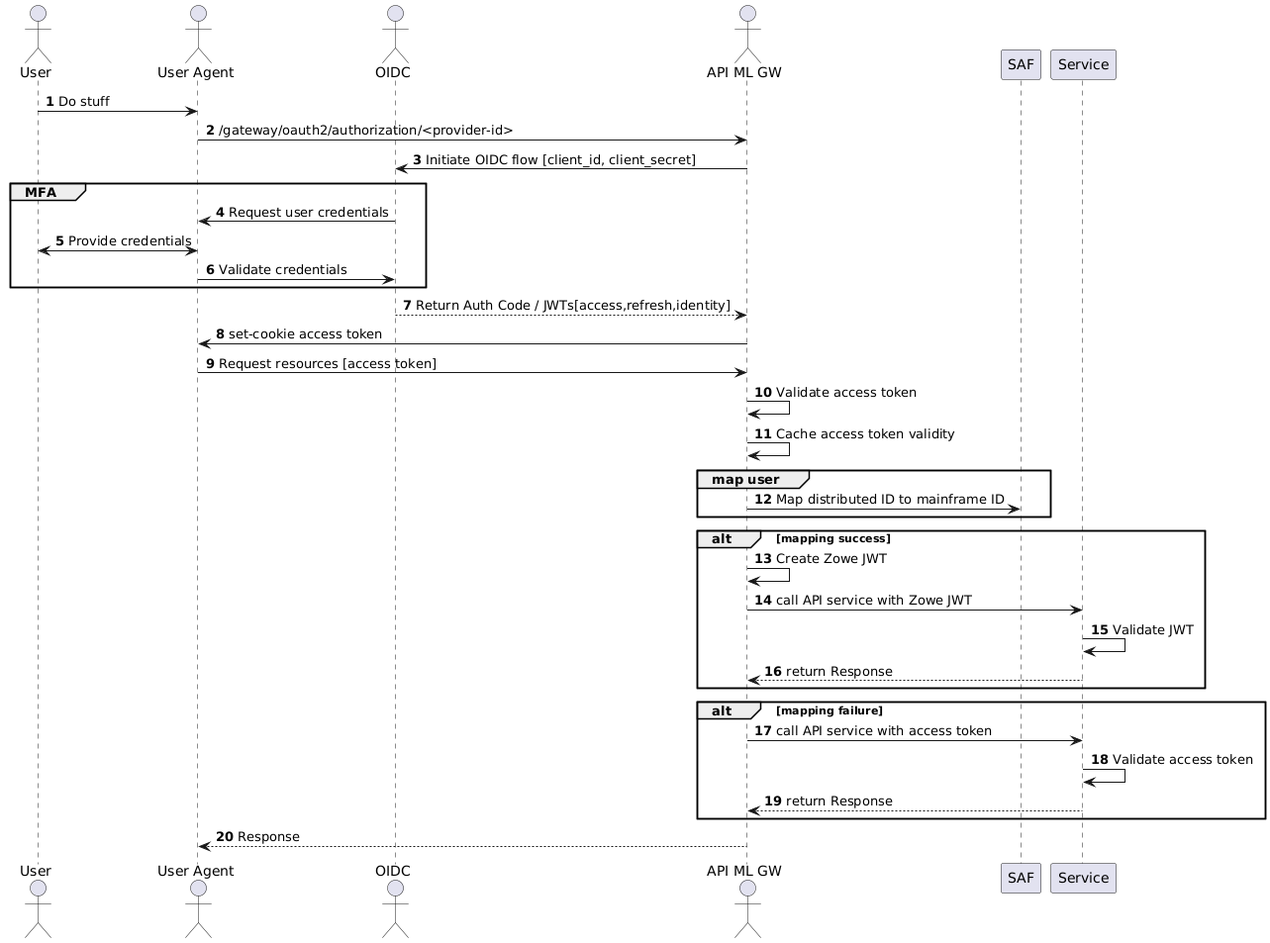
Earlier version of the PlantUML export docs/images/api-mediation/apiml-oidc-auth-seq.png (zowe/docs-site).
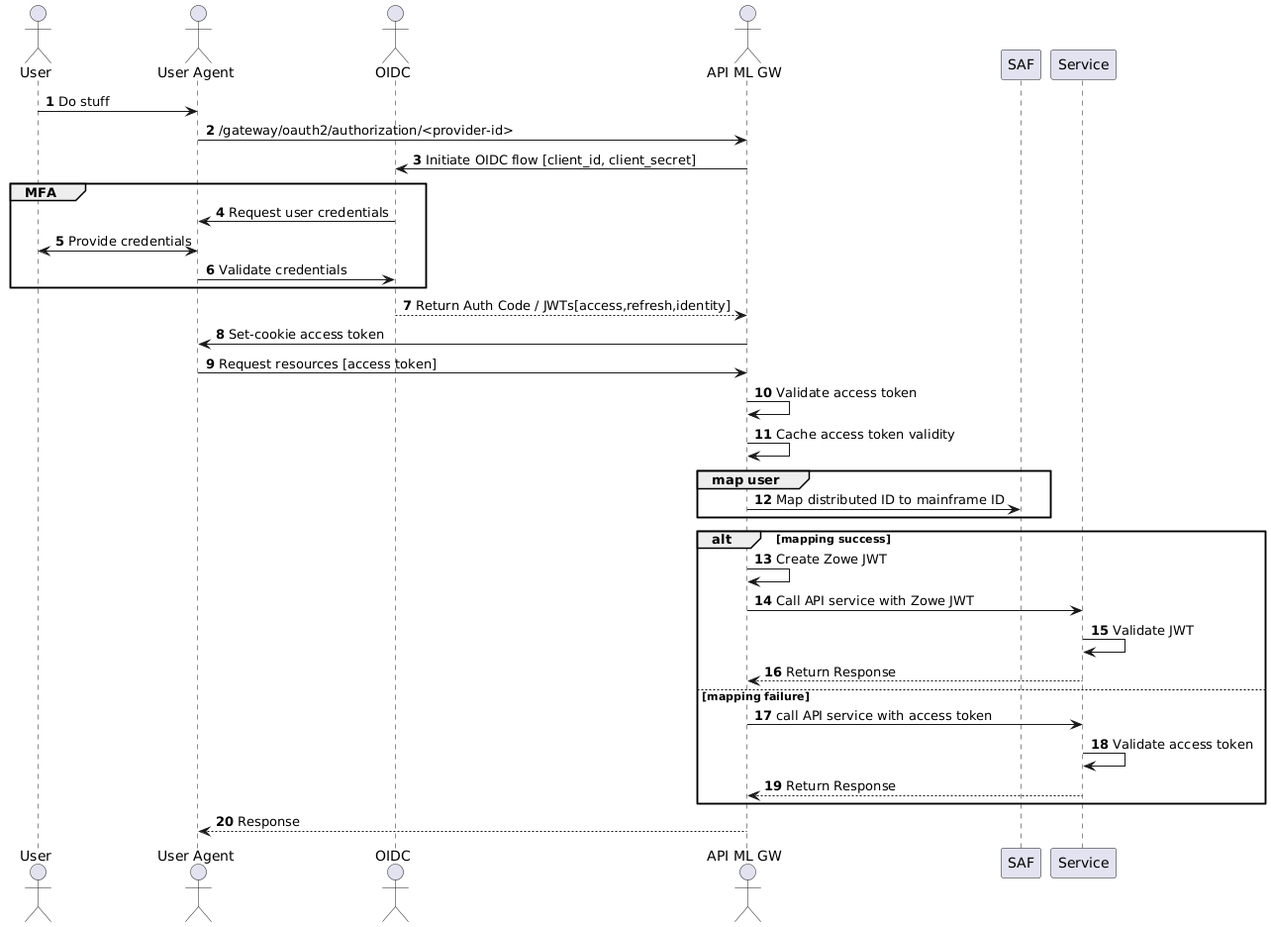
After the change.

Commit message:
update diagram, code review comments

What changed in the source:
```diff
@@ -15,7 +15,7 @@
 Agent -> OIDC: Validate credentials
 end
 OIDC --> GW: Return Auth Code / JWTs[access,refresh,identity]
-GW -> Agent: set-cookie access token
+GW -> Agent: Set-cookie access token
 Agent -> GW: Request resources [access token]
 GW -> GW: Validate access token
 GW -> GW: Cache access token validity
@@ -24,14 +24,13 @@
 end
 alt mapping success
 GW -> GW: Create Zowe JWT
-GW -> Service: call API service with Zowe JWT
+GW -> Service: Call API service with Zowe JWT
 Service -> Service: Validate JWT
-Service --> GW: return Response
-end
-alt mapping failure
+Service --> GW: Return Response
+else mapping failure
 GW -> Service: call API service with access token
 Service -> Service: Validate access token
-Service --> GW: return Response
+Service --> GW: Return Response
 end
 GW --> Agent: Response
 @enduml
```
